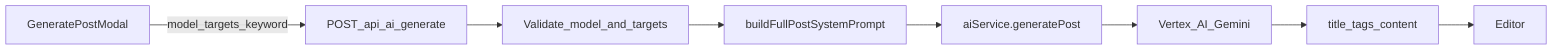
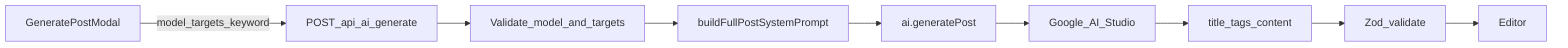
flowchart LR
  modal[GeneratePostModal] -->|model_targets_keyword| api[POST_api_ai_generate]
  api --> validate[Validate_model_and_targets]
  validate --> prompts[buildFullPostSystemPrompt]
-   prompts --> svc[aiService.generatePost]
-   svc --> vertex[Vertex_AI_Gemini]
-   vertex --> json[title_tags_content]
-   json --> editor[Editor]
+   prompts --> svc[ai.generatePost]
+   svc --> studio[Google_AI_Studio]
+   studio --> json[title_tags_content]
+   json --> zod[Zod_validate]
+   zod --> editor[Editor]
